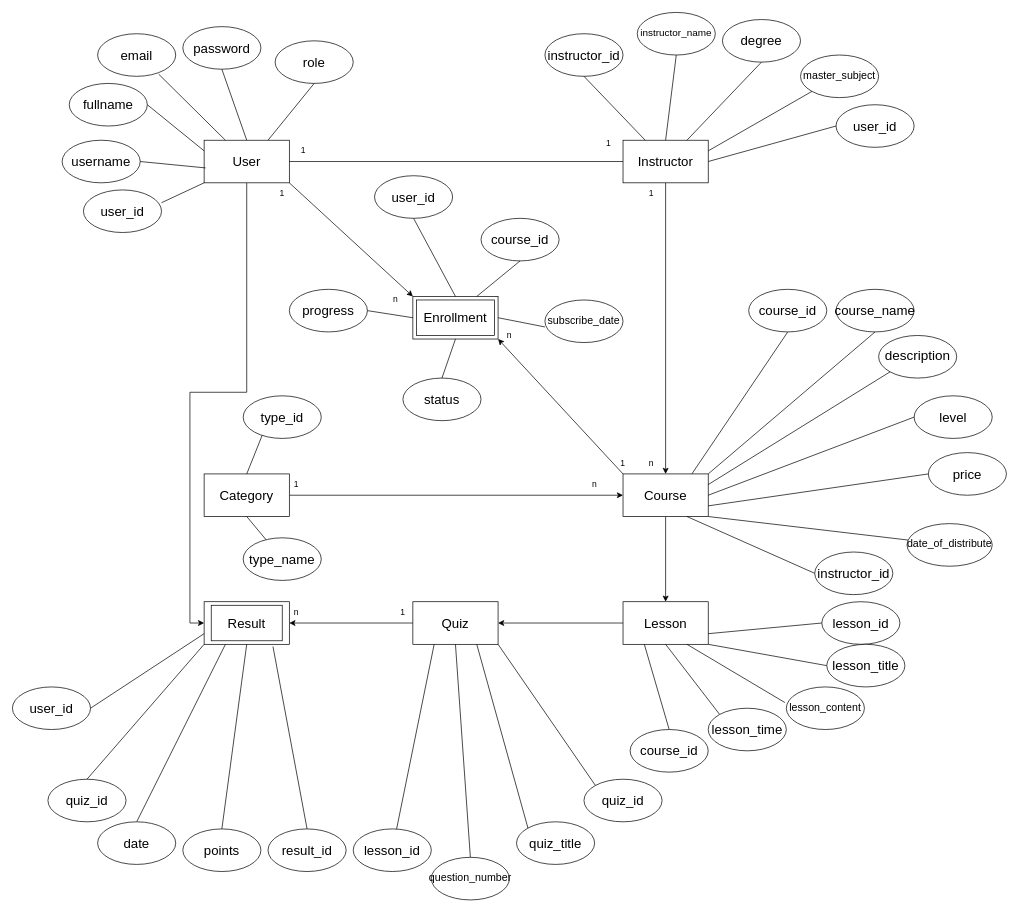
Earlier version of the draw.io diagram ERD_LMS.drawio (nguyencongcp111/lab04). Source tidied: cells renumbered, new cells numbered last; positions are measured from the earlier drawing's top-left corner, leaving out a move shared by most shapes. Both pictures are drawn from the tidied source at 71%, with x=0, y=0 at pixel (12, 12).
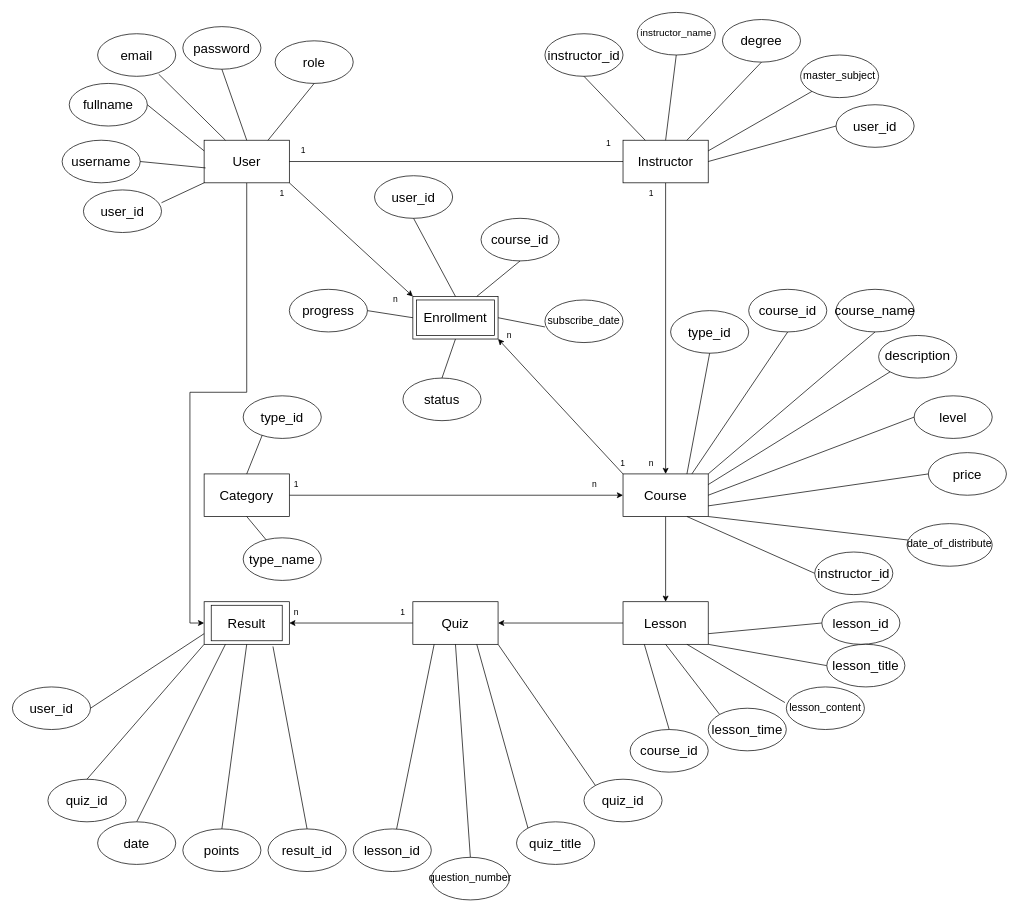
Above is the later version.

Commit message (it also covers changes not shown here):
Cập nhật ERD_LMS.drawio

Unchanged cells that the change refers to:
```xml
<mxCell id="5" value="&lt;span style=&quot;font-size:14.0pt;line-height:107%;&lt;br/&gt;font-family:&amp;quot;Calibri&amp;quot;,sans-serif;mso-ascii-theme-font:minor-latin;mso-fareast-font-family:&lt;br/&gt;Calibri;mso-fareast-theme-font:minor-latin;mso-hansi-theme-font:minor-latin;&lt;br/&gt;mso-bidi-font-family:&amp;quot;Times New Roman&amp;quot;;mso-bidi-theme-font:minor-bidi;&lt;br/&gt;mso-ansi-language:EN-US;mso-fareast-language:EN-US;mso-bidi-language:AR-SA&quot;&gt;Course&lt;/span&gt;" style="rounded=0;whiteSpace=wrap;html=1;" parent="1" vertex="1">
  <mxGeometry x="860" y="650" width="120" height="60" as="geometry" />
</mxCell>
```

The edit, as a diff of the source:
```diff
@@
+    <mxCell id="111" value="&lt;span style=&quot;font-size:14.0pt;line-height:107%;&amp;lt;br/&amp;gt;font-family:&amp;quot;Calibri&amp;quot;,sans-serif;mso-ascii-theme-font:minor-latin;mso-fareast-font-family:&amp;lt;br/&amp;gt;Calibri;mso-fareast-theme-font:minor-latin;mso-hansi-theme-font:minor-latin;&amp;lt;br/&amp;gt;mso-bidi-font-family:&amp;quot;Times New Roman&amp;quot;;mso-bidi-theme-font:minor-bidi;&amp;lt;br/&amp;gt;mso-ansi-language:EN-US;mso-fareast-language:EN-US;mso-bidi-language:AR-SA&quot;&gt;type_id&lt;/span&gt;" style="ellipse;whiteSpace=wrap;html=1;" parent="1" vertex="1">
+      <mxGeometry x="927" y="420" width="110" height="60" as="geometry" />
+    </mxCell>
+    <mxCell id="112" style="endArrow=none;html=1;rounded=0;entryX=0.5;entryY=1;entryDx=0;entryDy=0;exitX=0.75;exitY=0;exitDx=0;exitDy=0;" parent="1" edge="1" source="5" target="111">
+      <mxGeometry relative="1" as="geometry" />
+    </mxCell>
```
